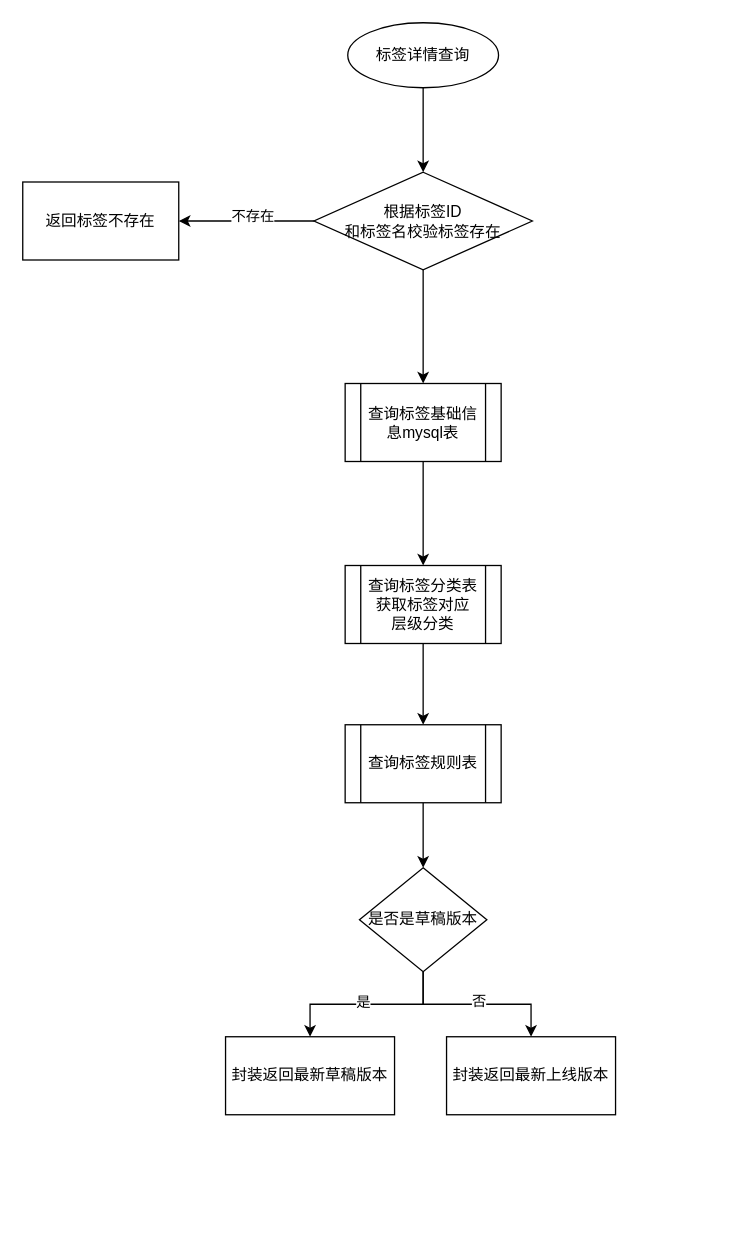
This is 标签详情查询流程图.drawio from 1418956397/JavaWeb-Project-Source-Share, a draw.io file, before an edit. Source tidied: cells renumbered, new cells numbered last; positions are measured from the earlier drawing's top-left corner, leaving out a move shared by most shapes. Both pictures are drawn from the tidied source at 130%, with x=0, y=0 at pixel (22, 22).
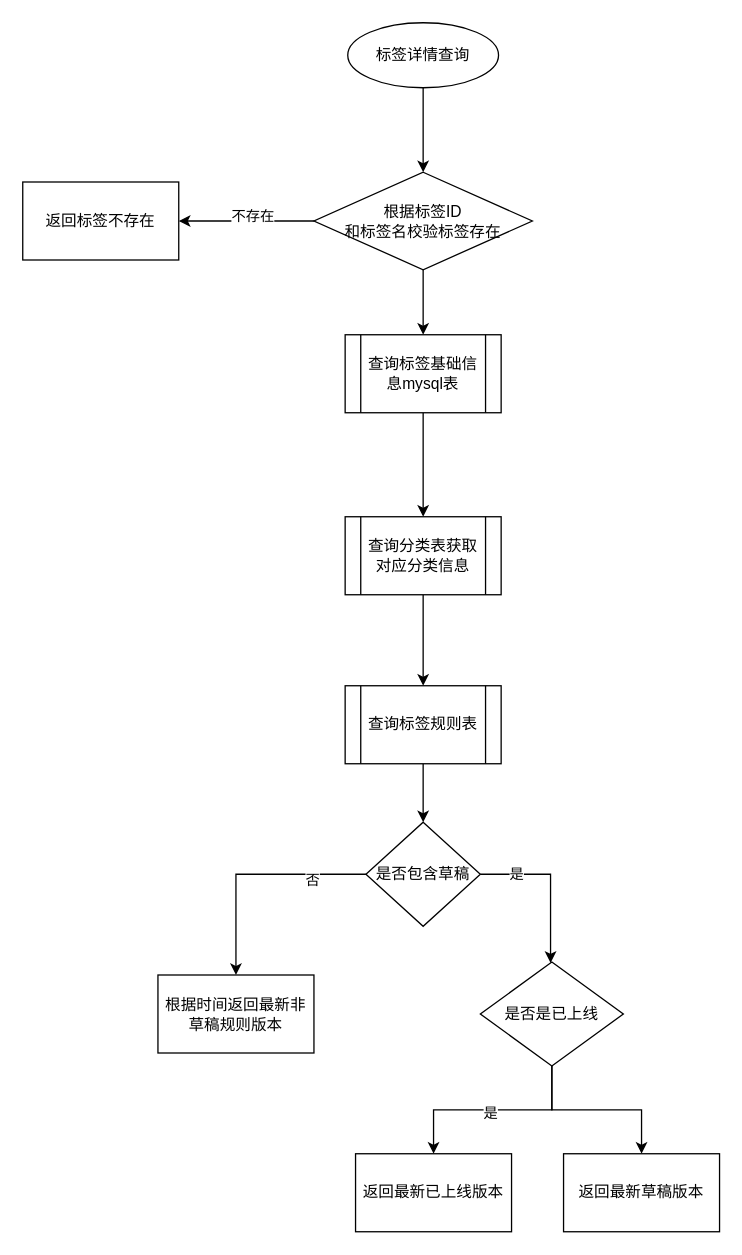
Above is the later version.

Commit message:
更新标签详情查询流程图.drawio

Change to the diagram source:
```diff
@@
-    <mxCell id="9" style="edgeStyle=orthogonalEdgeStyle;rounded=0;jettySize=auto;html=1;" parent="1" edge="1" source="10" target="12">
-      <mxGeometry relative="1" as="geometry" />
-    </mxCell>
+    <mxCell id="22" style="edgeStyle=orthogonalEdgeStyle;rounded=0;jettySize=auto;html=1;" parent="1" edge="1" source="10" target="36">
+      <mxGeometry relative="1" as="geometry" />
+    </mxCell>
     <mxCell id="10" value="查询标签基础信息mysql表" style="shape=process;whiteSpace=wrap;html=1;backgroundOutline=1;" parent="1" vertex="1">
-      <mxGeometry x="248" y="277.5" width="120" height="60" as="geometry" />
+      <mxGeometry x="248" y="240" width="120" height="60" as="geometry" />
     </mxCell>
-    <mxCell id="11" style="edgeStyle=orthogonalEdgeStyle;rounded=0;jettySize=auto;html=1;" parent="1" edge="1" source="12" target="14">
-      <mxGeometry relative="1" as="geometry" />
-    </mxCell>
-    <mxCell id="12" value="查询标签分类表获取标签对应&lt;div&gt;层级分类&lt;/div&gt;" style="shape=process;whiteSpace=wrap;html=1;backgroundOutline=1;" parent="1" vertex="1">
-      <mxGeometry x="248" y="417.5" width="120" height="60" as="geometry" />
-    </mxCell>
-    <mxCell id="13" style="edgeStyle=orthogonalEdgeStyle;rounded=0;jettySize=auto;html=1;" parent="1" edge="1" source="14" target="19">
-      <mxGeometry relative="1" as="geometry" />
-    </mxCell>
+    <mxCell id="23" style="edgeStyle=orthogonalEdgeStyle;rounded=0;jettySize=auto;html=1;" parent="1" edge="1" source="14" target="27">
+      <mxGeometry relative="1" as="geometry" />
+    </mxCell>
     <mxCell id="14" value="查询标签规则表" style="shape=process;whiteSpace=wrap;html=1;backgroundOutline=1;" parent="1" vertex="1">
-      <mxGeometry x="248" y="540" width="120" height="60" as="geometry" />
+      <mxGeometry x="248" y="510" width="120" height="60" as="geometry" />
     </mxCell>
-    <mxCell id="15" style="edgeStyle=orthogonalEdgeStyle;rounded=0;jettySize=auto;html=1;" parent="1" edge="1" source="19" target="20">
-      <mxGeometry relative="1" as="geometry" />
-    </mxCell>
-    <mxCell id="16" value="是" style="edgeLabel;html=1;align=center;verticalAlign=middle;" parent="15" vertex="1">
-      <mxGeometry x="0.05" y="-2" relative="1" as="geometry" />
-    </mxCell>
-    <mxCell id="17" style="edgeStyle=orthogonalEdgeStyle;rounded=0;jettySize=auto;html=1;" parent="1" edge="1" source="19" target="21">
-      <mxGeometry relative="1" as="geometry" />
-    </mxCell>
+    <mxCell id="24" style="edgeStyle=orthogonalEdgeStyle;rounded=0;jettySize=auto;html=1;" parent="1" edge="1" source="27" target="28">
+      <mxGeometry relative="1" as="geometry" />
+    </mxCell>
-    <mxCell id="18" value="否" style="edgeLabel;html=1;align=center;verticalAlign=middle;" parent="17" vertex="1">
-      <mxGeometry x="0.01" y="3" relative="1" as="geometry" />
+    <mxCell id="18" value="否" style="edgeLabel;html=1;align=center;verticalAlign=middle;" parent="24" vertex="1">
+      <mxGeometry x="-0.53" y="4" relative="1" as="geometry" />
     </mxCell>
-    <mxCell id="19" value="是否是草稿版本" style="rhombus;whiteSpace=wrap;html=1;" parent="1" vertex="1">
-      <mxGeometry x="259" y="650" width="98" height="80" as="geometry" />
-    </mxCell>
-    <mxCell id="20" value="封装返回最新草稿版本" style="whiteSpace=wrap;html=1;" parent="1" vertex="1">
-      <mxGeometry x="156" y="780" width="130" height="60" as="geometry" />
-    </mxCell>
-    <mxCell id="21" value="封装返回最新上线版本" style="rounded=0;whiteSpace=wrap;html=1;" parent="1" vertex="1">
-      <mxGeometry x="326" y="780" width="130" height="60" as="geometry" />
-    </mxCell>
+    <mxCell id="25" style="edgeStyle=orthogonalEdgeStyle;rounded=0;jettySize=auto;html=1;" parent="1" edge="1" source="27" target="32">
+      <mxGeometry relative="1" as="geometry">
+        <Array as="points">
+          <mxPoint x="406" y="655" />
+        </Array>
+      </mxGeometry>
+    </mxCell>
+    <mxCell id="26" value="是" style="edgeLabel;html=1;align=center;verticalAlign=middle;" parent="25" vertex="1">
+      <mxGeometry x="-0.56" y="1" relative="1" as="geometry" />
+    </mxCell>
+    <mxCell id="27" value="是否包含草稿" style="rhombus;whiteSpace=wrap;html=1;" parent="1" vertex="1">
+      <mxGeometry x="264" y="615" width="88" height="80" as="geometry" />
+    </mxCell>
+    <mxCell id="28" value="根据时间返回最新非草稿规则版本" style="whiteSpace=wrap;html=1;" parent="1" vertex="1">
+      <mxGeometry x="104" y="732.5" width="120" height="60" as="geometry" />
+    </mxCell>
+    <mxCell id="29" style="edgeStyle=orthogonalEdgeStyle;rounded=0;jettySize=auto;html=1;" parent="1" edge="1" source="32" target="33">
+      <mxGeometry relative="1" as="geometry" />
+    </mxCell>
+    <mxCell id="30" value="是" style="edgeLabel;html=1;align=center;verticalAlign=middle;" parent="29" vertex="1">
+      <mxGeometry x="0.02" y="2" relative="1" as="geometry" />
+    </mxCell>
+    <mxCell id="31" style="edgeStyle=orthogonalEdgeStyle;rounded=0;jettySize=auto;html=1;" parent="1" edge="1" source="32" target="34">
+      <mxGeometry relative="1" as="geometry" />
+    </mxCell>
+    <mxCell id="32" value="是否是已上线" style="rhombus;whiteSpace=wrap;html=1;" parent="1" vertex="1">
+      <mxGeometry x="352" y="722.5" width="110" height="80" as="geometry" />
+    </mxCell>
+    <mxCell id="33" value="返回最新已上线版本" style="whiteSpace=wrap;html=1;" parent="1" vertex="1">
+      <mxGeometry x="256" y="870" width="120" height="60" as="geometry" />
+    </mxCell>
+    <mxCell id="34" value="返回最新草稿版本" style="rounded=0;whiteSpace=wrap;html=1;" parent="1" vertex="1">
+      <mxGeometry x="416" y="870" width="120" height="60" as="geometry" />
+    </mxCell>
+    <mxCell id="35" style="edgeStyle=orthogonalEdgeStyle;rounded=0;jettySize=auto;html=1;" parent="1" edge="1" source="36" target="14">
+      <mxGeometry relative="1" as="geometry" />
+    </mxCell>
+    <mxCell id="36" value="查询分类表获取对应分类信息" style="shape=process;whiteSpace=wrap;html=1;backgroundOutline=1;" parent="1" vertex="1">
+      <mxGeometry x="248" y="380" width="120" height="60" as="geometry" />
+    </mxCell>
```
